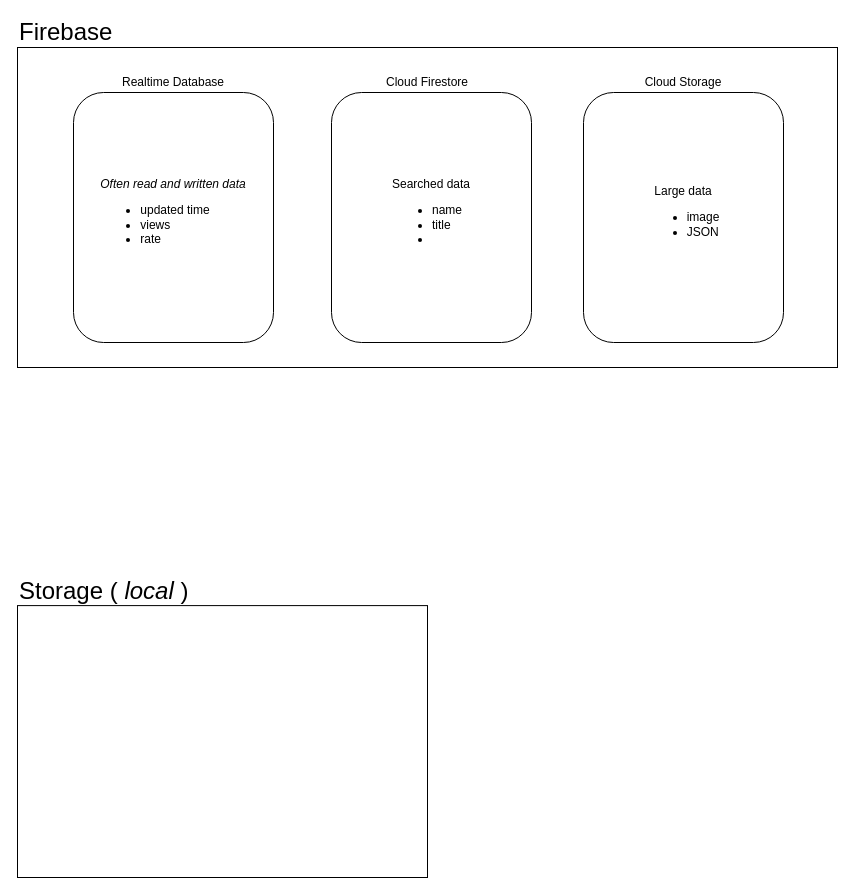
The draw.io diagram dev/draw/firebase.drawio in Jun-Ikeda/vocabon, before the edit. Source tidied: cells renumbered, new cells numbered last; positions are measured from the earlier drawing's top-left corner, leaving out a move shared by most shapes. Both pictures are drawn from the tidied source at 100%, with x=0, y=0 at pixel (17, 17).
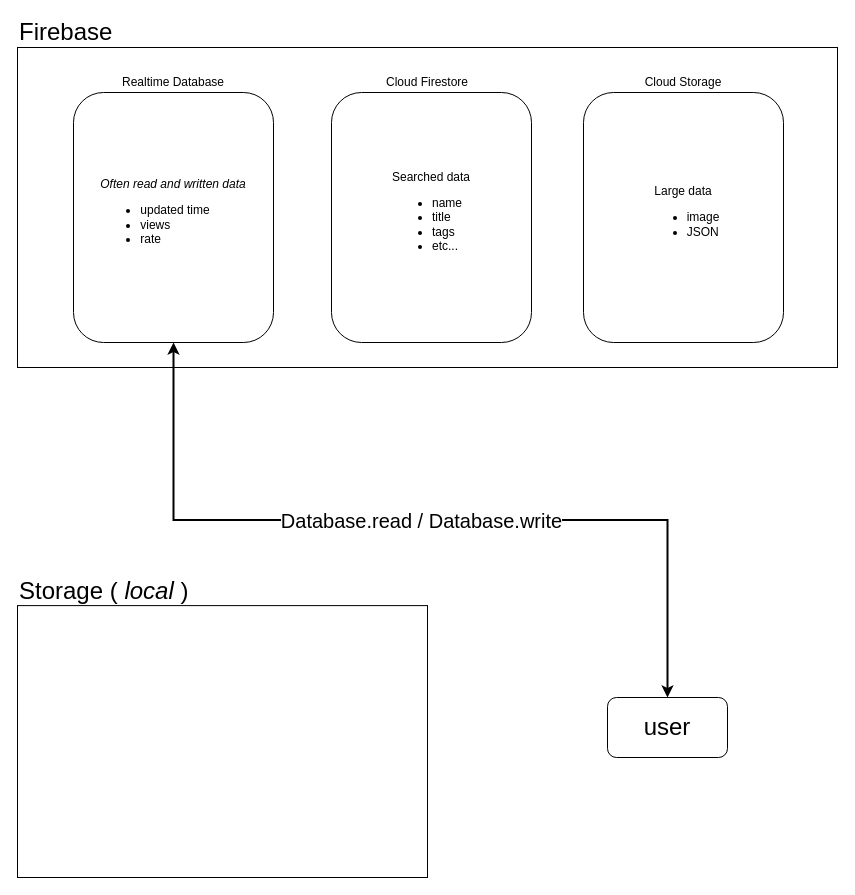
The same diagram, later.

Commit message (it also covers changes not shown here):
Sep 16th Ikeda 1

What changed in the source:
```diff
@@
 <mxGraphModel>
   <root>
     <mxCell id="0" />
     <mxCell id="1" parent="0" />
     <mxCell id="2" style="group;" parent="1" vertex="1">
       <mxGeometry width="820" height="350" as="geometry" />
     </mxCell>
     <mxCell id="3" style="rounded=0;whiteSpace=wrap;html=1;" parent="2" vertex="1">
       <mxGeometry y="30" width="820" height="320" as="geometry" />
     </mxCell>
     <mxCell id="4" value="&lt;font style=&quot;font-size: 24px&quot;&gt;Firebase&lt;/font&gt;" style="text;html=1;strokeColor=none;fillColor=none;align=left;verticalAlign=middle;whiteSpace=wrap;rounded=0;" parent="2" vertex="1">
       <mxGeometry width="820" height="30" as="geometry" />
     </mxCell>
     <mxCell id="5" style="group;fontStyle=0;" parent="2" vertex="1">
       <mxGeometry x="56" y="55" width="200" height="270" as="geometry" />
     </mxCell>
     <mxCell id="6" value="&lt;div&gt;&lt;i&gt;Often read and written data&lt;/i&gt;&lt;/div&gt;&lt;ul&gt;&lt;li style=&quot;text-align: left&quot;&gt;&lt;span&gt;updated time&lt;/span&gt;&lt;/li&gt;&lt;li style=&quot;text-align: left&quot;&gt;&lt;span&gt;views&lt;/span&gt;&lt;/li&gt;&lt;li style=&quot;text-align: left&quot;&gt;rate&lt;/li&gt;&lt;/ul&gt;" style="rounded=1;whiteSpace=wrap;html=1;align=center;" parent="5" vertex="1">
       <mxGeometry y="20" width="200" height="250" as="geometry" />
     </mxCell>
     <mxCell id="7" value="Realtime Database" style="text;html=1;strokeColor=none;fillColor=none;align=center;verticalAlign=middle;whiteSpace=wrap;rounded=0;" parent="5" vertex="1">
       <mxGeometry width="200" height="20" as="geometry" />
     </mxCell>
     <mxCell id="8" style="group;" parent="2" vertex="1">
       <mxGeometry x="566" y="55" width="200" height="270" as="geometry" />
     </mxCell>
     <mxCell id="9" value="Cloud Storage" style="text;html=1;strokeColor=none;fillColor=none;align=center;verticalAlign=middle;whiteSpace=wrap;rounded=0;" parent="8" vertex="1">
       <mxGeometry width="200" height="20" as="geometry" />
     </mxCell>
     <mxCell id="10" value="&lt;div&gt;Large data&lt;/div&gt;&lt;div style=&quot;text-align: left&quot;&gt;&lt;ul&gt;&lt;li&gt;image&lt;/li&gt;&lt;li&gt;JSON&lt;/li&gt;&lt;/ul&gt;&lt;/div&gt;" style="rounded=1;whiteSpace=wrap;html=1;align=center;" parent="8" vertex="1">
       <mxGeometry y="20" width="200" height="250" as="geometry" />
     </mxCell>
-    <mxCell id="11" value="&lt;div&gt;Searched data&lt;/div&gt;&lt;ul&gt;&lt;li style=&quot;text-align: left&quot;&gt;name&lt;/li&gt;&lt;li style=&quot;text-align: left&quot;&gt;title&lt;/li&gt;&lt;li&gt;&lt;br&gt;&lt;/li&gt;&lt;/ul&gt;" style="rounded=1;whiteSpace=wrap;html=1;align=center;" parent="2" vertex="1">
+    <mxCell id="11" value="&lt;div&gt;Searched data&lt;/div&gt;&lt;ul&gt;&lt;li style=&quot;text-align: left&quot;&gt;name&lt;/li&gt;&lt;li style=&quot;text-align: left&quot;&gt;title&lt;/li&gt;&lt;li style=&quot;text-align: left&quot;&gt;tags&lt;/li&gt;&lt;li style=&quot;text-align: left&quot;&gt;etc...&lt;/li&gt;&lt;/ul&gt;" style="rounded=1;whiteSpace=wrap;html=1;align=center;" parent="2" vertex="1">
       <mxGeometry x="314" y="75" width="200" height="250" as="geometry" />
     </mxCell>
     <mxCell id="12" style="group;" parent="2" vertex="1">
       <mxGeometry x="310" y="55" width="200" height="270" as="geometry" />
     </mxCell>
     <mxCell id="13" value="Cloud Firestore" style="text;html=1;strokeColor=none;fillColor=none;align=center;verticalAlign=middle;whiteSpace=wrap;rounded=0;" parent="12" vertex="1">
       <mxGeometry width="200" height="20" as="geometry" />
     </mxCell>
     <mxCell id="14" style="group;" parent="1" vertex="1">
       <mxGeometry y="560" width="410" height="300" as="geometry" />
     </mxCell>
     <mxCell id="15" style="rounded=0;whiteSpace=wrap;html=1;" parent="14" vertex="1">
       <mxGeometry y="28.1" width="410" height="271.9" as="geometry" />
     </mxCell>
     <mxCell id="16" value="&lt;font style=&quot;font-size: 24px&quot;&gt;Storage (&lt;i&gt; local &lt;/i&gt;)&lt;/font&gt;" style="text;html=1;strokeColor=none;fillColor=none;align=left;verticalAlign=middle;whiteSpace=wrap;rounded=0;" parent="14" vertex="1">
       <mxGeometry width="410" height="28.1" as="geometry" />
     </mxCell>
+    <mxCell id="17" value="&lt;font style=&quot;font-size: 24px&quot;&gt;user&lt;/font&gt;" style="rounded=1;whiteSpace=wrap;html=1;" parent="1" vertex="1">
+      <mxGeometry x="590" y="680" width="120" height="60" as="geometry" />
+    </mxCell>
+    <mxCell id="18" value="&lt;font style=&quot;font-size: 20px&quot;&gt;Database.read / Database.write&lt;/font&gt;" style="edgeStyle=orthogonalEdgeStyle;rounded=0;jettySize=auto;html=1;exitX=0.5;exitY=1;exitDx=0;exitDy=0;entryX=0.5;entryY=0;entryDx=0;entryDy=0;strokeWidth=2;startArrow=classic;startFill=1;" parent="1" edge="1" source="6" target="17">
+      <mxGeometry relative="1" as="geometry" />
+    </mxCell>
   </root>
 </mxGraphModel>
```
